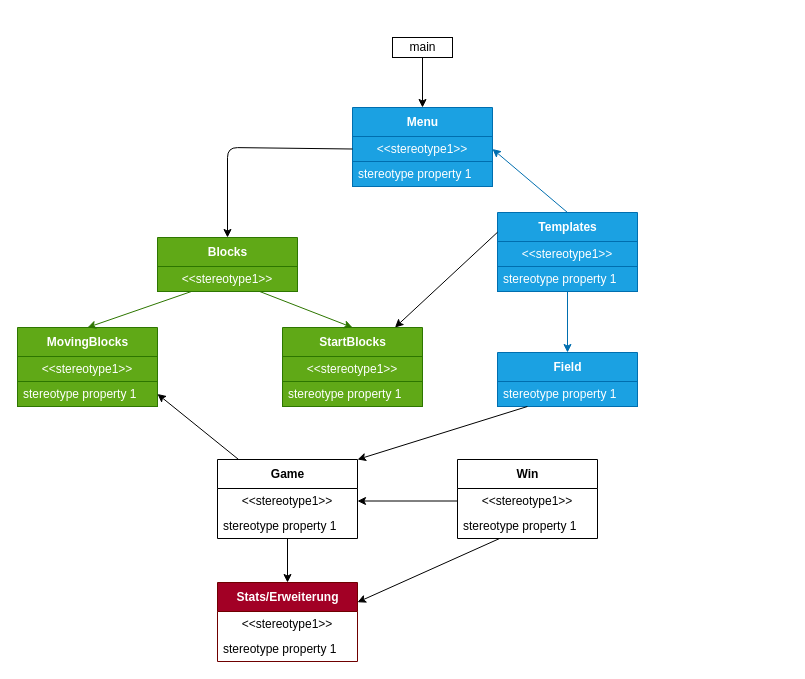
Before: UML/uml.drawio in lucaladerer/MondrianBlocksProject, a draw.io diagram. Source tidied: cells renumbered, new cells numbered last; positions are measured from the earlier drawing's top-left corner, leaving out a move shared by most shapes. Both pictures are drawn from the tidied source at 100%, with x=0, y=0 at pixel (17, 37).
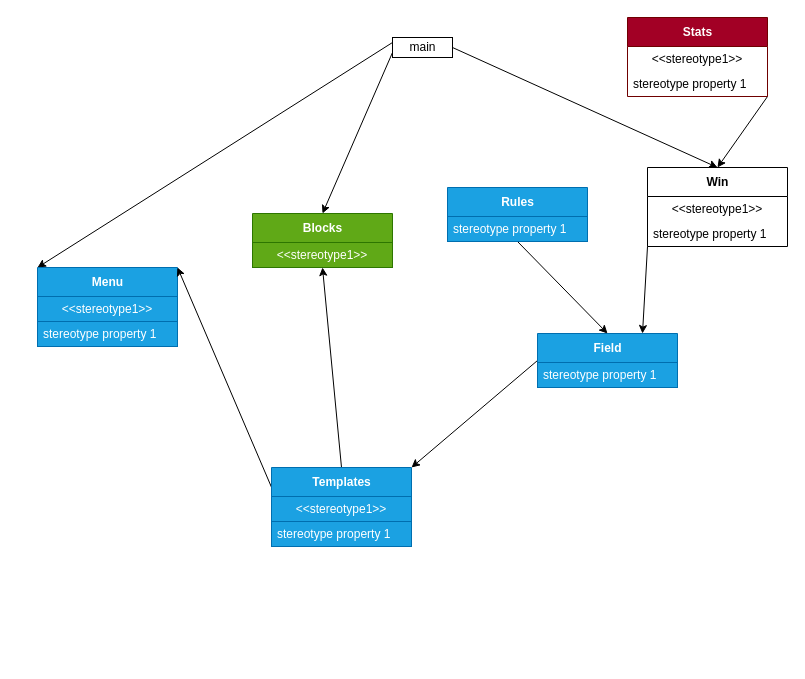
The same diagram, later.

The change refers to these unchanged cells:
```xml
<mxCell id="3" value="main" style="html=1;" parent="1" vertex="1">
  <mxGeometry x="375" width="60" height="20" as="geometry" />
</mxCell>
<mxCell id="5" value="stereotype property 1" style="text;html=1;strokeColor=#006EAF;fillColor=#1ba1e2;align=left;verticalAlign=middle;spacingLeft=4;spacingRight=4;overflow=hidden;points=[[0,0.5],[1,0.5]];portConstraint=eastwest;fontColor=#ffffff;" parent="4" vertex="1">
  <mxGeometry y="29" width="140" height="25" as="geometry" />
</mxCell>
<mxCell id="7" value="&amp;lt;&amp;lt;stereotype1&amp;gt;&amp;gt;" style="text;html=1;strokeColor=#006EAF;fillColor=#1ba1e2;align=center;verticalAlign=middle;spacingLeft=4;spacingRight=4;overflow=hidden;points=[[0,0.5],[1,0.5]];portConstraint=eastwest;fontColor=#ffffff;" parent="6" vertex="1">
  <mxGeometry y="29" width="140" height="25" as="geometry" />
</mxCell>
<mxCell id="10" value="&amp;lt;&amp;lt;stereotype1&amp;gt;&amp;gt;" style="text;html=1;strokeColor=#2D7600;fillColor=#60a917;align=center;verticalAlign=middle;spacingLeft=4;spacingRight=4;overflow=hidden;points=[[0,0.5],[1,0.5]];portConstraint=eastwest;fontColor=#ffffff;" parent="9" vertex="1">
  <mxGeometry y="29" width="140" height="25" as="geometry" />
</mxCell>
<mxCell id="19" value="&amp;lt;&amp;lt;stereotype1&amp;gt;&amp;gt;" style="text;html=1;strokeColor=none;fillColor=none;align=center;verticalAlign=middle;spacingLeft=4;spacingRight=4;overflow=hidden;points=[[0,0.5],[1,0.5]];portConstraint=eastwest;" parent="18" vertex="1">
  <mxGeometry y="29" width="140" height="25" as="geometry" />
</mxCell>
<mxCell id="20" value="stereotype property 1" style="text;html=1;strokeColor=none;fillColor=none;align=left;verticalAlign=middle;spacingLeft=4;spacingRight=4;overflow=hidden;points=[[0,0.5],[1,0.5]];portConstraint=eastwest;" parent="18" vertex="1">
  <mxGeometry y="54" width="140" height="25" as="geometry" />
</mxCell>
<mxCell id="23" value="stereotype property 1" style="text;html=1;strokeColor=#006EAF;fillColor=#1ba1e2;align=left;verticalAlign=middle;spacingLeft=4;spacingRight=4;overflow=hidden;points=[[0,0.5],[1,0.5]];portConstraint=eastwest;fontColor=#ffffff;" parent="21" vertex="1">
  <mxGeometry y="54" width="140" height="25" as="geometry" />
</mxCell>
```

What changed in the source:
```diff
@@
+    <mxCell id="38" style="edgeStyle=none;html=1;exitX=1;exitY=0.5;exitDx=0;exitDy=0;entryX=0.5;entryY=0;entryDx=0;entryDy=0;" parent="1" edge="1" source="3" target="18">
+      <mxGeometry relative="1" as="geometry" />
+    </mxCell>
-    <mxCell id="2" style="edgeStyle=none;html=1;exitX=0.5;exitY=1;exitDx=0;exitDy=0;" parent="1" edge="1" source="3" target="6">
+    <mxCell id="2" style="edgeStyle=none;html=1;exitX=0;exitY=0.25;exitDx=0;exitDy=0;entryX=0;entryY=0;entryDx=0;entryDy=0;" parent="1" edge="1" source="3" target="6">
       <mxGeometry relative="1" as="geometry" />
     </mxCell>
@@
+    <mxCell id="40" style="edgeStyle=none;html=1;exitX=0;exitY=0.5;exitDx=0;exitDy=0;entryX=1;entryY=0;entryDx=0;entryDy=0;" parent="1" edge="1" source="4" target="21">
+      <mxGeometry relative="1" as="geometry" />
+    </mxCell>
     <mxCell id="4" value="Field" style="swimlane;fontStyle=1;align=center;verticalAlign=middle;horizontal=1;startSize=29;html=1;fillColor=#1ba1e2;fontColor=#ffffff;strokeColor=#006EAF;" parent="1" vertex="1">
-      <mxGeometry x="480" y="315" width="140" height="54" as="geometry" />
+      <mxGeometry x="520" y="296" width="140" height="54" as="geometry" />
     </mxCell>
@@
     <mxCell id="6" value="Menu" style="swimlane;fontStyle=1;align=center;verticalAlign=middle;horizontal=1;startSize=29;html=1;fillColor=#1ba1e2;fontColor=#ffffff;strokeColor=#006EAF;" parent="1" vertex="1">
-      <mxGeometry x="335" y="70" width="140" height="79" as="geometry" />
+      <mxGeometry x="20" y="230" width="140" height="79" as="geometry" />
     </mxCell>
@@
     <mxCell id="9" value="Blocks" style="swimlane;fontStyle=1;align=center;verticalAlign=middle;horizontal=1;startSize=29;html=1;fillColor=#60a917;fontColor=#ffffff;strokeColor=#2D7600;" parent="1" vertex="1">
-      <mxGeometry x="140" y="200" width="140" height="54" as="geometry" />
+      <mxGeometry x="235" y="176" width="140" height="54" as="geometry" />
     </mxCell>
@@
-    <mxCell id="11" style="edgeStyle=none;html=1;exitX=0;exitY=0.5;exitDx=0;exitDy=0;entryX=0.5;entryY=0;entryDx=0;entryDy=0;" parent="1" edge="1" source="7" target="9">
-      <mxGeometry relative="1" as="geometry">
-        <Array as="points">
-          <mxPoint x="210" y="110" />
-        </Array>
-      </mxGeometry>
+    <mxCell id="11" style="edgeStyle=none;html=1;exitX=0;exitY=0.75;exitDx=0;exitDy=0;entryX=0.5;entryY=0;entryDx=0;entryDy=0;" parent="1" edge="1" source="3" target="9">
+      <mxGeometry relative="1" as="geometry" />
     </mxCell>
-    <mxCell id="12" value="StartBlocks" style="swimlane;fontStyle=1;align=center;verticalAlign=middle;horizontal=1;startSize=29;html=1;fillColor=#60a917;fontColor=#ffffff;strokeColor=#2D7600;" parent="1" vertex="1">
-      <mxGeometry x="265" y="290" width="140" height="79" as="geometry" />
-    </mxCell>
-    <mxCell id="13" value="&amp;lt;&amp;lt;stereotype1&amp;gt;&amp;gt;" style="text;html=1;strokeColor=#2D7600;fillColor=#60a917;align=center;verticalAlign=middle;spacingLeft=4;spacingRight=4;overflow=hidden;fontColor=#ffffff;" parent="12" vertex="1">
-      <mxGeometry y="29" width="140" height="25" as="geometry" />
-    </mxCell>
-    <mxCell id="14" value="stereotype property 1" style="text;html=1;strokeColor=#2D7600;fillColor=#60a917;align=left;verticalAlign=middle;spacingLeft=4;spacingRight=4;overflow=hidden;fontColor=#ffffff;" parent="12" vertex="1">
-      <mxGeometry y="54" width="140" height="25" as="geometry" />
-    </mxCell>
-    <mxCell id="15" value="MovingBlocks" style="swimlane;fontStyle=1;align=center;verticalAlign=middle;horizontal=1;startSize=29;html=1;fillColor=#60a917;fontColor=#ffffff;strokeColor=#2D7600;" parent="1" vertex="1">
-      <mxGeometry y="290" width="140" height="79" as="geometry" />
-    </mxCell>
-    <mxCell id="16" value="&amp;lt;&amp;lt;stereotype1&amp;gt;&amp;gt;" style="text;html=1;strokeColor=#2D7600;fillColor=#60a917;align=center;verticalAlign=middle;spacingLeft=4;spacingRight=4;overflow=hidden;fontColor=#ffffff;" parent="15" vertex="1">
-      <mxGeometry y="29" width="140" height="25" as="geometry" />
-    </mxCell>
-    <mxCell id="17" value="stereotype property 1" style="text;html=1;strokeColor=#2D7600;fillColor=#60a917;align=left;verticalAlign=middle;spacingLeft=4;spacingRight=4;overflow=hidden;points=[[0,0.5],[1,0.5]];portConstraint=eastwest;fontColor=#ffffff;" parent="15" vertex="1">
-      <mxGeometry y="54" width="140" height="25" as="geometry" />
-    </mxCell>
+    <mxCell id="41" style="edgeStyle=none;html=1;exitX=0;exitY=1;exitDx=0;exitDy=0;entryX=0.75;entryY=0;entryDx=0;entryDy=0;" parent="1" edge="1" source="18" target="4">
+      <mxGeometry relative="1" as="geometry" />
+    </mxCell>
     <mxCell id="18" value="Win" style="swimlane;fontStyle=1;align=center;verticalAlign=middle;horizontal=1;startSize=29;html=1;" parent="1" vertex="1">
-      <mxGeometry x="440" y="422" width="140" height="79" as="geometry" />
+      <mxGeometry x="630" y="130" width="140" height="79" as="geometry" />
     </mxCell>
@@
+    <mxCell id="42" style="edgeStyle=none;html=1;exitX=0;exitY=0.25;exitDx=0;exitDy=0;entryX=1;entryY=0;entryDx=0;entryDy=0;" parent="1" edge="1" source="21" target="6">
+      <mxGeometry relative="1" as="geometry" />
+    </mxCell>
+    <mxCell id="43" style="edgeStyle=none;html=1;exitX=0.5;exitY=0;exitDx=0;exitDy=0;entryX=0.5;entryY=1;entryDx=0;entryDy=0;" parent="1" edge="1" source="21" target="9">
+      <mxGeometry relative="1" as="geometry" />
+    </mxCell>
     <mxCell id="21" value="Templates" style="swimlane;fontStyle=1;align=center;verticalAlign=middle;horizontal=1;startSize=29;html=1;fillColor=#1ba1e2;fontColor=#ffffff;strokeColor=#006EAF;" parent="1" vertex="1">
-      <mxGeometry x="480" y="175" width="140" height="79" as="geometry" />
+      <mxGeometry x="254" y="430" width="140" height="79" as="geometry" />
     </mxCell>
@@
-    <mxCell id="24" style="edgeStyle=none;html=1;entryX=0.5;entryY=0;entryDx=0;entryDy=0;fillColor=#60a917;strokeColor=#2D7600;" parent="1" edge="1" source="10" target="15">
-      <mxGeometry relative="1" as="geometry" />
-    </mxCell>
-    <mxCell id="25" style="edgeStyle=none;html=1;entryX=0.5;entryY=0;entryDx=0;entryDy=0;fillColor=#60a917;strokeColor=#2D7600;" parent="1" edge="1" source="10" target="12">
-      <mxGeometry relative="1" as="geometry" />
-    </mxCell>
-    <mxCell id="26" style="edgeStyle=none;html=1;entryX=1;entryY=0.5;entryDx=0;entryDy=0;" parent="1" edge="1" source="27" target="17">
-      <mxGeometry relative="1" as="geometry" />
-    </mxCell>
-    <mxCell id="27" value="Game" style="swimlane;fontStyle=1;align=center;verticalAlign=middle;horizontal=1;startSize=29;html=1;" parent="1" vertex="1">
-      <mxGeometry x="200" y="422" width="140" height="79" as="geometry" />
-    </mxCell>
-    <mxCell id="28" value="&amp;lt;&amp;lt;stereotype1&amp;gt;&amp;gt;" style="text;html=1;strokeColor=none;fillColor=none;align=center;verticalAlign=middle;spacingLeft=4;spacingRight=4;overflow=hidden;points=[[0,0.5],[1,0.5]];portConstraint=eastwest;" parent="27" vertex="1">
-      <mxGeometry y="29" width="140" height="25" as="geometry" />
-    </mxCell>
-    <mxCell id="29" value="stereotype property 1" style="text;html=1;strokeColor=none;fillColor=none;align=left;verticalAlign=middle;spacingLeft=4;spacingRight=4;overflow=hidden;points=[[0,0.5],[1,0.5]];portConstraint=eastwest;" parent="27" vertex="1">
-      <mxGeometry y="54" width="140" height="25" as="geometry" />
-    </mxCell>
-    <mxCell id="30" style="edgeStyle=none;html=1;exitX=0;exitY=0.5;exitDx=0;exitDy=0;entryX=1;entryY=0.5;entryDx=0;entryDy=0;" parent="1" edge="1" source="19" target="28">
-      <mxGeometry relative="1" as="geometry" />
-    </mxCell>
+    <mxCell id="44" style="edgeStyle=none;html=1;exitX=1;exitY=1;exitDx=0;exitDy=0;entryX=0.5;entryY=0;entryDx=0;entryDy=0;" parent="1" edge="1" source="31" target="18">
+      <mxGeometry relative="1" as="geometry" />
+    </mxCell>
-    <mxCell id="31" value="Stats/Erweiterung" style="swimlane;fontStyle=1;align=center;verticalAlign=middle;horizontal=1;startSize=29;html=1;fillColor=#a20025;fontColor=#ffffff;strokeColor=#6F0000;" parent="1" vertex="1">
-      <mxGeometry x="200" y="545" width="140" height="79" as="geometry" />
+    <mxCell id="31" value="Stats" style="swimlane;fontStyle=1;align=center;verticalAlign=middle;horizontal=1;startSize=29;html=1;fillColor=#a20025;fontColor=#ffffff;strokeColor=#6F0000;" parent="1" vertex="1">
+      <mxGeometry x="610" y="-20" width="140" height="79" as="geometry" />
     </mxCell>
@@
-    <mxCell id="34" style="edgeStyle=none;html=1;" parent="1" edge="1" source="29" target="31">
-      <mxGeometry relative="1" as="geometry" />
-    </mxCell>
-    <mxCell id="35" style="edgeStyle=none;html=1;entryX=1;entryY=0.25;entryDx=0;entryDy=0;" parent="1" edge="1" source="20" target="31">
-      <mxGeometry relative="1" as="geometry" />
-    </mxCell>
-    <mxCell id="36" style="edgeStyle=none;html=1;exitX=0.5;exitY=0;exitDx=0;exitDy=0;fillColor=#1ba1e2;strokeColor=#006EAF;entryX=1;entryY=0.5;entryDx=0;entryDy=0;" parent="1" edge="1" source="21" target="7">
-      <mxGeometry relative="1" as="geometry" />
-    </mxCell>
-    <mxCell id="37" style="edgeStyle=none;html=1;fillColor=#1ba1e2;strokeColor=#006EAF;" parent="1" edge="1" source="23" target="4">
-      <mxGeometry relative="1" as="geometry" />
-    </mxCell>
-    <mxCell id="38" style="edgeStyle=none;html=1;exitX=0;exitY=0.25;exitDx=0;exitDy=0;" parent="1" edge="1" source="21" target="12">
-      <mxGeometry relative="1" as="geometry" />
-    </mxCell>
-    <mxCell id="39" style="edgeStyle=none;html=1;entryX=1;entryY=0;entryDx=0;entryDy=0;" parent="1" edge="1" source="5" target="27">
-      <mxGeometry relative="1" as="geometry" />
-    </mxCell>
+    <mxCell id="45" style="edgeStyle=none;html=1;exitX=0.5;exitY=1;exitDx=0;exitDy=0;entryX=0.5;entryY=0;entryDx=0;entryDy=0;" parent="1" edge="1" source="46" target="4">
+      <mxGeometry relative="1" as="geometry" />
+    </mxCell>
+    <mxCell id="46" value="Rules" style="swimlane;fontStyle=1;align=center;verticalAlign=middle;horizontal=1;startSize=29;html=1;fillColor=#1ba1e2;fontColor=#ffffff;strokeColor=#006EAF;" parent="1" vertex="1">
+      <mxGeometry x="430" y="150" width="140" height="54" as="geometry" />
+    </mxCell>
+    <mxCell id="47" value="stereotype property 1" style="text;html=1;strokeColor=#006EAF;fillColor=#1ba1e2;align=left;verticalAlign=middle;spacingLeft=4;spacingRight=4;overflow=hidden;fontColor=#ffffff;" parent="46" vertex="1">
+      <mxGeometry y="29" width="140" height="25" as="geometry" />
+    </mxCell>
```
